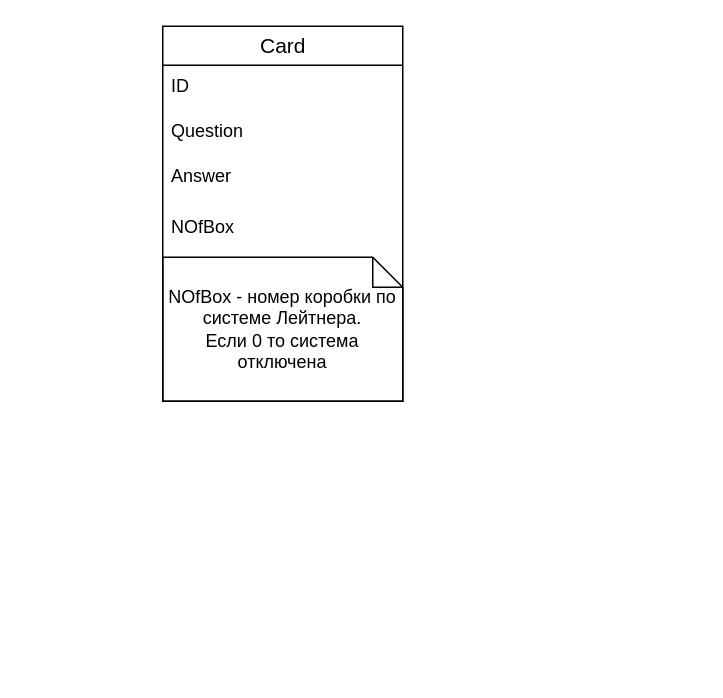
Before: page "DbPage" (1 of 3) of SpacedRepetition.drawio in DenisPald/spaced-repetition, a draw.io diagram. Source tidied: cells renumbered, new cells numbered last; positions are measured from the earlier drawing's top-left corner, leaving out a move shared by most shapes. Both pictures are drawn from the tidied source at 150%, with x=0, y=0 at pixel (162, 26).
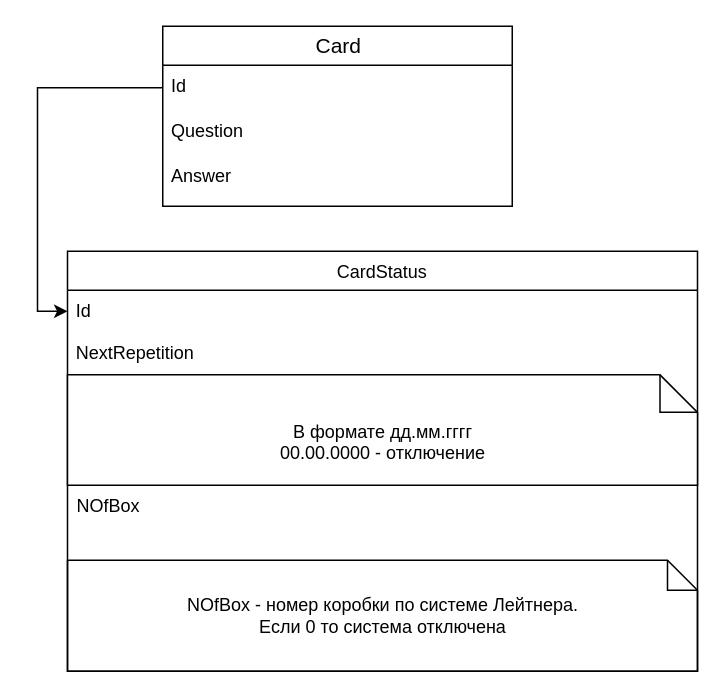
The same diagram, later.

Commit message (it also covers changes not shown here):
update drawio file, add settings.json file, first ui version(just background)

Change to the diagram source:
```diff
@@
 <mxGraphModel>
   <root>
     <mxCell id="0" />
     <mxCell id="1" parent="0" />
     <mxCell id="2" value="Card" style="swimlane;fontStyle=0;horizontal=1;startSize=26;align=center;fontSize=14;html=1;rounded=0;flipV=0;fillColor=none;shadow=0;" parent="1" vertex="1">
-      <mxGeometry width="160" height="250" as="geometry" />
+      <mxGeometry width="233" height="120" as="geometry" />
     </mxCell>
-    <mxCell id="3" value="ID" style="text;strokeColor=none;fillColor=none;spacingLeft=4;spacingRight=4;overflow=hidden;points=[[0,0.5],[1,0.5]];portConstraint=eastwest;fontSize=12;align=left;html=1;rounded=0;flipV=0;shadow=0;" parent="2" vertex="1">
-      <mxGeometry y="26" width="160" height="30" as="geometry" />
+    <mxCell id="3" value="Id" style="text;strokeColor=none;fillColor=none;spacingLeft=4;spacingRight=4;overflow=hidden;points=[[0,0.5],[1,0.5]];portConstraint=eastwest;fontSize=12;align=left;html=1;rounded=0;flipV=0;shadow=0;" parent="2" vertex="1">
+      <mxGeometry y="26" width="233" height="30" as="geometry" />
     </mxCell>
     <mxCell id="4" value="Question" style="text;strokeColor=none;fillColor=none;spacingLeft=4;spacingRight=4;overflow=hidden;fontSize=12;align=left;html=1;rounded=0;flipV=0;shadow=0;" parent="2" vertex="1">
-      <mxGeometry y="56" width="160" height="30" as="geometry" />
+      <mxGeometry y="56" width="233" height="30" as="geometry" />
     </mxCell>
     <mxCell id="5" value="Answer" style="text;strokeColor=none;fillColor=none;spacingLeft=4;spacingRight=4;overflow=hidden;fontSize=12;align=left;html=1;rounded=0;flipV=0;shadow=0;" parent="2" vertex="1">
-      <mxGeometry y="86" width="160" height="34" as="geometry" />
+      <mxGeometry y="86" width="233" height="34" as="geometry" />
     </mxCell>
+    <mxCell id="8" value="CardStatus" style="swimlane;fontStyle=0;horizontal=1;startSize=26;" parent="1" vertex="1">
+      <mxGeometry x="-63.5" y="150" width="420" height="280" as="geometry" />
+    </mxCell>
+    <mxCell id="9" style="group;" parent="8" vertex="1">
+      <mxGeometry y="26" width="420" height="254" as="geometry" />
+    </mxCell>
+    <mxCell id="10" value="Id" style="text;strokeColor=none;fillColor=none;align=left;verticalAlign=top;spacingLeft=4;spacingRight=4;overflow=hidden;points=[[0,0.5],[1,0.5]];portConstraint=eastwest;" parent="9" vertex="1">
+      <mxGeometry width="420" height="28.2" as="geometry" />
+    </mxCell>
+    <mxCell id="11" value="NextRepetition" style="text;strokeColor=none;fillColor=none;align=left;verticalAlign=top;spacingLeft=4;spacingRight=4;overflow=hidden;" parent="9" vertex="1">
+      <mxGeometry y="28.2" width="420" height="28.2" as="geometry" />
+    </mxCell>
+    <mxCell id="12" value="В формате дд.мм.гггг&lt;br&gt;00.00.0000 - отключение" style="shape=note2;boundedLbl=1;whiteSpace=wrap;html=1;size=25;verticalAlign=top;align=center;" parent="9" vertex="1">
+      <mxGeometry y="56.4" width="420" height="73.6" as="geometry" />
+    </mxCell>
-    <mxCell id="6" value="NOfBox" style="text;strokeColor=none;fillColor=none;spacingLeft=4;spacingRight=4;overflow=hidden;fontSize=12;align=left;html=1;rounded=0;flipV=0;shadow=0;" parent="2" vertex="1">
-      <mxGeometry y="120" width="160" height="34" as="geometry" />
+    <mxCell id="6" value="NOfBox" style="text;strokeColor=none;fillColor=none;spacingLeft=4;spacingRight=4;overflow=hidden;fontSize=12;align=left;html=1;rounded=0;flipV=0;shadow=0;" parent="9" vertex="1">
+      <mxGeometry y="130" width="420" height="40" as="geometry" />
     </mxCell>
-    <mxCell id="7" value="&lt;div&gt;NOfBox - номер коробки по системе Лейтнера.&lt;/div&gt;&lt;div&gt;Если 0 то система отключена&lt;br&gt;&lt;/div&gt;" style="shape=note;size=20;whiteSpace=wrap;html=1;fillColor=none;shadow=0;" parent="2" vertex="1">
-      <mxGeometry y="154" width="160" height="96" as="geometry" />
+    <mxCell id="7" value="&lt;div&gt;NOfBox - номер коробки по системе Лейтнера.&lt;/div&gt;&lt;div&gt;Если 0 то система отключена&lt;br&gt;&lt;/div&gt;" style="shape=note;size=20;whiteSpace=wrap;html=1;fillColor=none;shadow=0;" parent="9" vertex="1">
+      <mxGeometry y="180" width="420" height="74" as="geometry" />
     </mxCell>
+    <mxCell id="13" style="edgeStyle=orthogonalEdgeStyle;rounded=0;jettySize=auto;html=1;exitX=0;exitY=0.5;exitDx=0;exitDy=0;" parent="1" edge="1" source="3" target="10">
+      <mxGeometry relative="1" as="geometry">
+        <Array as="points">
+          <mxPoint x="-83.5" y="41" />
+          <mxPoint x="-83.5" y="190" />
+        </Array>
+      </mxGeometry>
+    </mxCell>
   </root>
 </mxGraphModel>
```
